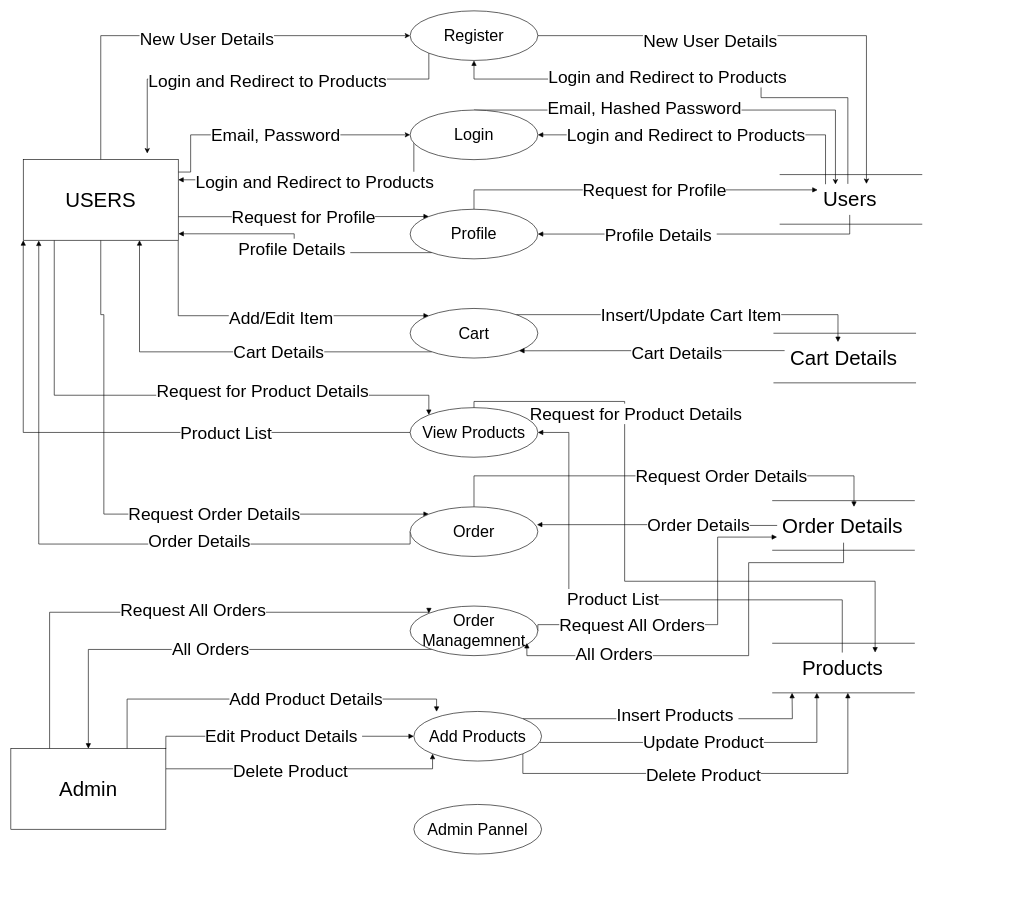
Earlier version of the draw.io diagram HomeBrew_LV1_DFD.drawio (adithyaanilkumar/git-intro). Source tidied: cells renumbered, new cells numbered last; positions are measured from the earlier drawing's top-left corner, leaving out a move shared by most shapes. Both pictures are drawn from the tidied source at 62%, with x=0, y=0 at pixel (11, 11).
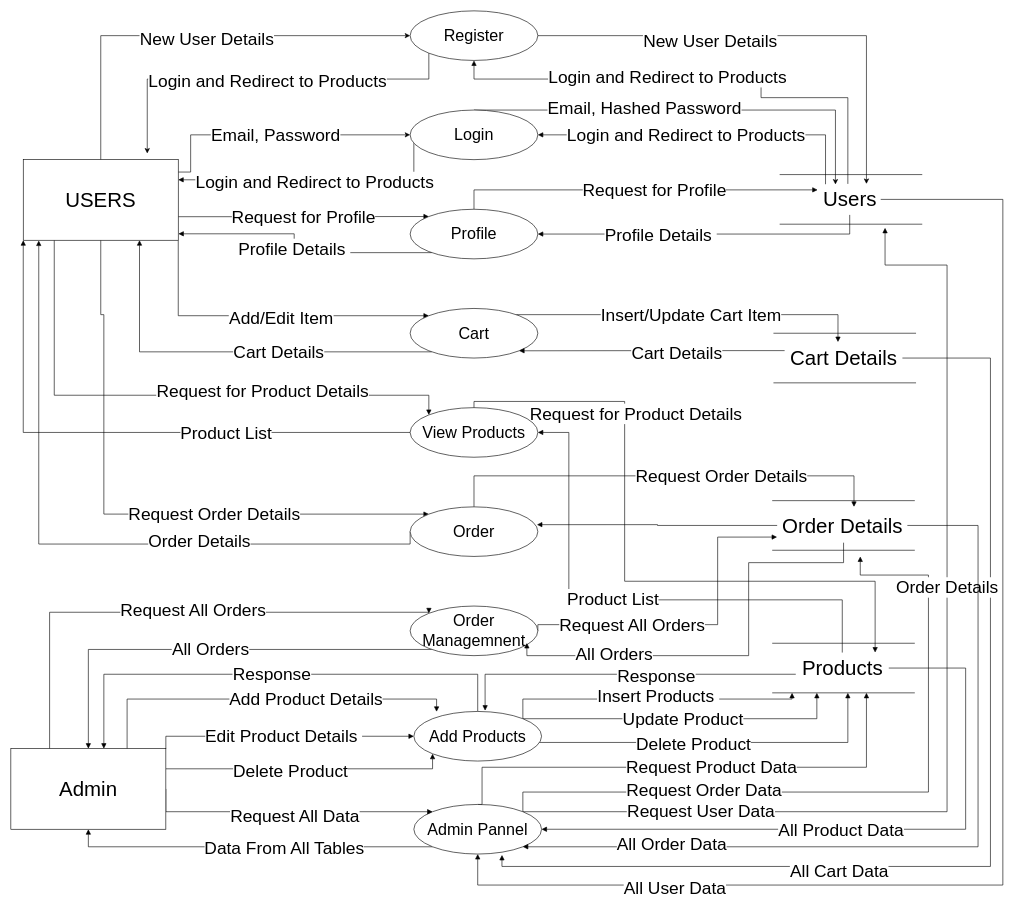
After the change.

The change refers to these unchanged cells:
```xml
<mxCell id="34" value="&lt;font style=&quot;font-size: 26px&quot;&gt;Add Products&lt;/font&gt;" style="ellipse;whiteSpace=wrap;html=1;" parent="1" vertex="1">
  <mxGeometry x="650" y="1130" width="206" height="80" as="geometry" />
</mxCell>
<mxCell id="48" value="&lt;font style=&quot;font-size: 26px&quot;&gt;Order&lt;/font&gt;" style="ellipse;whiteSpace=wrap;html=1;" parent="1" vertex="1">
  <mxGeometry x="644" y="800" width="206" height="80" as="geometry" />
</mxCell>
<mxCell id="49" value="&lt;font style=&quot;font-size: 26px&quot;&gt;Admin Pannel&lt;/font&gt;" style="ellipse;whiteSpace=wrap;html=1;" parent="1" vertex="1">
  <mxGeometry x="650" y="1280" width="206" height="80" as="geometry" />
</mxCell>
<mxCell id="62" value="&lt;span style=&quot;font-size: 33px&quot;&gt;Admin&lt;/span&gt;" style="rounded=0;whiteSpace=wrap;html=1;" parent="1" vertex="1">
  <mxGeometry y="1190" width="250" height="130" as="geometry" />
</mxCell>
<mxCell id="71" value="Users" style="text;html=1;align=center;verticalAlign=middle;points=[];strokeColor=none;fillColor=none;fontSize=33;" parent="1" vertex="1">
  <mxGeometry x="1303" y="279.1" width="100" height="50" as="geometry" />
</mxCell>
<mxCell id="76" value="Cart Details" style="text;html=1;align=center;verticalAlign=middle;points=[];strokeColor=none;fillColor=none;fontSize=33;" parent="1" vertex="1">
  <mxGeometry x="1248" y="535" width="190" height="50" as="geometry" />
</mxCell>
<mxCell id="82" value="Order Details" style="text;html=1;align=center;verticalAlign=middle;points=[];strokeColor=none;fillColor=none;fontSize=33;" parent="1" vertex="1">
  <mxGeometry x="1236" y="805" width="210" height="50" as="geometry" />
</mxCell>
<mxCell id="87" value="Products" style="text;html=1;align=center;verticalAlign=middle;points=[];strokeColor=none;fillColor=none;fontSize=33;" parent="1" vertex="1">
  <mxGeometry x="1266" y="1035" width="150" height="50" as="geometry" />
</mxCell>
```

Diff of the diagram source:
```diff
@@
     <mxCell id="29" style="edgeStyle=orthogonalEdgeStyle;rounded=0;jettySize=auto;html=1;exitX=1;exitY=0;exitDx=0;exitDy=0;fontSize=28;startArrow=none;startFill=0;endArrow=block;endFill=1;" parent="1" edge="1" source="34">
       <mxGeometry relative="1" as="geometry">
         <mxPoint x="1260" y="1100" as="targetPoint" />
+        <Array as="points">
+          <mxPoint x="825" y="1110" />
+          <mxPoint x="1260" y="1110" />
+        </Array>
       </mxGeometry>
     </mxCell>
@@
-    <mxCell id="31" value="Update Product" style="edgeStyle=orthogonalEdgeStyle;rounded=0;jettySize=auto;html=1;fontSize=28;startArrow=none;startFill=0;endArrow=block;endFill=1;" parent="1" edge="1" source="34">
+    <mxCell id="31" value="Update Product" style="edgeStyle=orthogonalEdgeStyle;rounded=0;jettySize=auto;html=1;fontSize=28;startArrow=none;startFill=0;endArrow=block;endFill=1;exitX=1;exitY=0;exitDx=0;exitDy=0;" parent="1" edge="1" source="34">
       <mxGeometry relative="1" as="geometry">
         <mxPoint x="1300" y="1100" as="targetPoint" />
         <Array as="points">
-          <mxPoint x="1300" y="1180" />
+          <mxPoint x="1300" y="1142" />
         </Array>
       </mxGeometry>
     </mxCell>
     <mxCell id="32" style="edgeStyle=orthogonalEdgeStyle;rounded=0;jettySize=auto;html=1;exitX=1;exitY=1;exitDx=0;exitDy=0;fontSize=28;startArrow=none;startFill=0;endArrow=block;endFill=1;" parent="1" edge="1" source="34">
       <mxGeometry relative="1" as="geometry">
         <mxPoint x="1350" y="1100" as="targetPoint" />
         <Array as="points">
-          <mxPoint x="825" y="1230" />
-          <mxPoint x="1350" y="1230" />
+          <mxPoint x="825" y="1180" />
+          <mxPoint x="1350" y="1180" />
         </Array>
       </mxGeometry>
     </mxCell>
@@
+    <mxCell id="88" value="Response" style="edgeStyle=orthogonalEdgeStyle;rounded=0;jettySize=auto;html=1;exitX=0.5;exitY=0;exitDx=0;exitDy=0;entryX=0.6;entryY=0;entryDx=0;entryDy=0;entryPerimeter=0;fontSize=28;startArrow=none;startFill=0;endArrow=block;endFill=1;" parent="1" edge="1" source="34" target="62">
+      <mxGeometry relative="1" as="geometry">
+        <Array as="points">
+          <mxPoint x="753" y="1070" />
+          <mxPoint x="150" y="1070" />
+        </Array>
+      </mxGeometry>
+    </mxCell>
@@
+    <mxCell id="89" value="Request Product Data" style="edgeStyle=orthogonalEdgeStyle;rounded=0;jettySize=auto;html=1;fontSize=28;startArrow=none;startFill=0;endArrow=block;endFill=1;exitX=0.5;exitY=0;exitDx=0;exitDy=0;" parent="1" edge="1" source="49">
+      <mxGeometry x="0.08" relative="1" as="geometry">
+        <mxPoint x="1380" y="1100" as="targetPoint" />
+        <Array as="points">
+          <mxPoint x="760" y="1280" />
+          <mxPoint x="760" y="1220" />
+          <mxPoint x="1380" y="1220" />
+        </Array>
+        <mxPoint x="1" as="offset" />
+      </mxGeometry>
+    </mxCell>
+    <mxCell id="90" style="edgeStyle=orthogonalEdgeStyle;rounded=0;jettySize=auto;html=1;exitX=1;exitY=0;exitDx=0;exitDy=0;fontSize=28;startArrow=none;startFill=0;endArrow=block;endFill=1;" parent="1" edge="1" source="49">
+      <mxGeometry relative="1" as="geometry">
+        <mxPoint x="1370" y="880" as="targetPoint" />
+        <Array as="points">
+          <mxPoint x="825" y="1260" />
+          <mxPoint x="1480" y="1260" />
+          <mxPoint x="1480" y="910" />
+          <mxPoint x="1370" y="910" />
+        </Array>
+      </mxGeometry>
+    </mxCell>
+    <mxCell id="91" value="Request Order Data" style="edgeLabel;html=1;align=center;verticalAlign=middle;fontSize=28;" parent="90" vertex="1">
+      <mxGeometry x="-0.45" y="4" relative="1" as="geometry" />
+    </mxCell>
+    <mxCell id="92" style="edgeStyle=orthogonalEdgeStyle;rounded=0;jettySize=auto;html=1;exitX=1;exitY=0;exitDx=0;exitDy=0;fontSize=28;startArrow=none;startFill=0;endArrow=block;endFill=1;" parent="1" edge="1" source="49">
+      <mxGeometry relative="1" as="geometry">
+        <mxPoint x="1410" y="350" as="targetPoint" />
+        <Array as="points">
+          <mxPoint x="1510" y="1292" />
+          <mxPoint x="1510" y="410" />
+          <mxPoint x="1410" y="410" />
+        </Array>
+      </mxGeometry>
+    </mxCell>
+    <mxCell id="93" value="Request User Data" style="edgeLabel;html=1;align=center;verticalAlign=middle;fontSize=28;" parent="92" vertex="1">
+      <mxGeometry x="-0.61" y="1" relative="1" as="geometry">
+        <mxPoint x="-50" as="offset" />
+      </mxGeometry>
+    </mxCell>
+    <mxCell id="94" style="edgeStyle=orthogonalEdgeStyle;rounded=0;jettySize=auto;html=1;exitX=0;exitY=1;exitDx=0;exitDy=0;entryX=0.5;entryY=1;entryDx=0;entryDy=0;fontSize=28;startArrow=none;startFill=0;endArrow=block;endFill=1;" parent="1" edge="1" source="49" target="62">
+      <mxGeometry relative="1" as="geometry" />
+    </mxCell>
+    <mxCell id="95" value="Data From All Tables" style="edgeLabel;html=1;align=center;verticalAlign=middle;fontSize=28;" parent="94" vertex="1">
+      <mxGeometry x="0.54" relative="1" as="geometry">
+        <mxPoint x="209" y="2" as="offset" />
+      </mxGeometry>
+    </mxCell>
@@
+    <mxCell id="96" style="edgeStyle=orthogonalEdgeStyle;rounded=0;jettySize=auto;html=1;exitX=1;exitY=0.5;exitDx=0;exitDy=0;entryX=0;entryY=0;entryDx=0;entryDy=0;fontSize=28;startArrow=none;startFill=0;endArrow=block;endFill=1;" parent="1" edge="1" source="62" target="49">
+      <mxGeometry relative="1" as="geometry">
+        <Array as="points">
+          <mxPoint x="250" y="1292" />
+        </Array>
+      </mxGeometry>
+    </mxCell>
+    <mxCell id="97" value="Request All Data" style="edgeLabel;html=1;align=center;verticalAlign=middle;fontSize=28;" parent="96" vertex="1">
+      <mxGeometry x="0.04" y="-6" relative="1" as="geometry">
+        <mxPoint x="1" as="offset" />
+      </mxGeometry>
+    </mxCell>
@@
+    <mxCell id="98" style="edgeStyle=orthogonalEdgeStyle;rounded=0;jettySize=auto;html=1;entryX=0.5;entryY=1;entryDx=0;entryDy=0;fontSize=28;startArrow=none;startFill=0;endArrow=block;endFill=1;" parent="1" edge="1" source="71" target="49">
+      <mxGeometry relative="1" as="geometry">
+        <Array as="points">
+          <mxPoint x="1600" y="304" />
+          <mxPoint x="1600" y="1410" />
+          <mxPoint x="753" y="1410" />
+        </Array>
+      </mxGeometry>
+    </mxCell>
+    <mxCell id="99" value="All User Data" style="edgeLabel;html=1;align=center;verticalAlign=middle;fontSize=28;" parent="98" vertex="1">
+      <mxGeometry x="0.69" y="4" relative="1" as="geometry">
+        <mxPoint x="27" as="offset" />
+      </mxGeometry>
+    </mxCell>
@@
+    <mxCell id="100" style="edgeStyle=orthogonalEdgeStyle;rounded=0;jettySize=auto;html=1;entryX=0.69;entryY=1.018;entryDx=0;entryDy=0;entryPerimeter=0;fontSize=28;startArrow=none;startFill=0;endArrow=block;endFill=1;" parent="1" edge="1" source="76" target="49">
+      <mxGeometry relative="1" as="geometry">
+        <Array as="points">
+          <mxPoint x="1580" y="560" />
+          <mxPoint x="1580" y="1380" />
+          <mxPoint x="792" y="1380" />
+        </Array>
+      </mxGeometry>
+    </mxCell>
+    <mxCell id="101" value="All Cart Data" style="edgeLabel;html=1;align=center;verticalAlign=middle;fontSize=28;" parent="100" vertex="1">
+      <mxGeometry x="0.48" y="7" relative="1" as="geometry">
+        <mxPoint x="102" as="offset" />
+      </mxGeometry>
+    </mxCell>
@@
     <mxCell id="79" value="Order Details" style="edgeStyle=orthogonalEdgeStyle;rounded=0;jettySize=auto;html=1;entryX=0.993;entryY=0.359;entryDx=0;entryDy=0;entryPerimeter=0;fontSize=28;startArrow=none;startFill=0;endArrow=block;endFill=1;" parent="1" edge="1" source="82" target="48">
-      <mxGeometry x="-0.35" relative="1" as="geometry">
-        <mxPoint x="-1" as="offset" />
+      <mxGeometry x="-1" y="292" relative="1" as="geometry">
+        <mxPoint x="274" y="-192" as="offset" />
       </mxGeometry>
     </mxCell>
@@
+    <mxCell id="102" style="edgeStyle=orthogonalEdgeStyle;rounded=0;jettySize=auto;html=1;entryX=1;entryY=1;entryDx=0;entryDy=0;fontSize=28;startArrow=none;startFill=0;endArrow=block;endFill=1;" parent="1" edge="1" source="82" target="49">
+      <mxGeometry relative="1" as="geometry">
+        <Array as="points">
+          <mxPoint x="1560" y="830" />
+          <mxPoint x="1560" y="1348" />
+        </Array>
+      </mxGeometry>
+    </mxCell>
+    <mxCell id="103" value="All Order Data" style="edgeLabel;html=1;align=center;verticalAlign=middle;fontSize=28;" parent="102" vertex="1">
+      <mxGeometry x="0.65" y="-5" relative="1" as="geometry" />
+    </mxCell>
@@
+    <mxCell id="104" style="edgeStyle=orthogonalEdgeStyle;rounded=0;jettySize=auto;html=1;entryX=0.558;entryY=-0.016;entryDx=0;entryDy=0;entryPerimeter=0;fontSize=28;startArrow=none;startFill=0;endArrow=block;endFill=1;" parent="1" edge="1" source="87" target="34">
+      <mxGeometry relative="1" as="geometry">
+        <Array as="points">
+          <mxPoint x="765" y="1070" />
+        </Array>
+      </mxGeometry>
+    </mxCell>
+    <mxCell id="105" value="Response" style="edgeLabel;html=1;align=center;verticalAlign=middle;fontSize=28;" parent="104" vertex="1">
+      <mxGeometry x="-0.19" y="2" relative="1" as="geometry">
+        <mxPoint x="1" as="offset" />
+      </mxGeometry>
+    </mxCell>
+    <mxCell id="106" style="edgeStyle=orthogonalEdgeStyle;rounded=0;jettySize=auto;html=1;fontSize=28;startArrow=none;startFill=0;endArrow=block;endFill=1;entryX=1;entryY=0.5;entryDx=0;entryDy=0;" parent="1" edge="1" source="87" target="49">
+      <mxGeometry relative="1" as="geometry">
+        <Array as="points">
+          <mxPoint x="1540" y="1060" />
+          <mxPoint x="1540" y="1320" />
+        </Array>
+      </mxGeometry>
+    </mxCell>
+    <mxCell id="107" value="All Product Data" style="edgeLabel;html=1;align=center;verticalAlign=middle;fontSize=28;" parent="106" vertex="1">
+      <mxGeometry x="0.3" y="2" relative="1" as="geometry">
+        <mxPoint x="108" y="-2" as="offset" />
+      </mxGeometry>
+    </mxCell>
```
